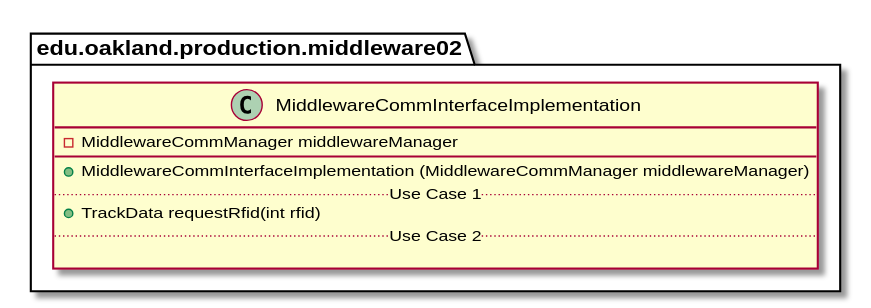
The PlantUML diagram docs/uml-class-diagrams/middleware02/production/MiddlewareCommInterfaceImplementation/MiddlewareCommInterfaceImplementation.svg in andrewdimmer/csi-3370-software-project, before a commit. Its diagram source:
```plantuml
@startuml MiddlewareCommInterfaceImplementation

package edu.oakland.production.middleware02 {
    class MiddlewareCommInterfaceImplementation {
        - MiddlewareCommManager middlewareManager
        __
        + MiddlewareCommInterfaceImplementation (MiddlewareCommManager middlewareManager)
        .. Use Case 1 ..
        + TrackData requestRfid(int rfid)
        .. Use Case 2 ..

    }
}

@enduml
```
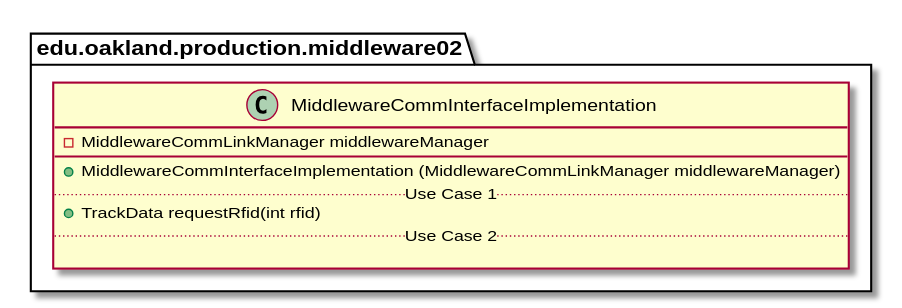
The same file after the commit.

Diff of the diagram source:
```diff
@@ -2,9 +2,9 @@
 
 package edu.oakland.production.middleware02 {
     class MiddlewareCommInterfaceImplementation {
-        - MiddlewareCommManager middlewareManager
+        - MiddlewareCommLinkManager middlewareManager
         __
-        + MiddlewareCommInterfaceImplementation (MiddlewareCommManager middlewareManager)
+        + MiddlewareCommInterfaceImplementation (MiddlewareCommLinkManager middlewareManager)
         .. Use Case 1 ..
         + TrackData requestRfid(int rfid)
         .. Use Case 2 ..
```
